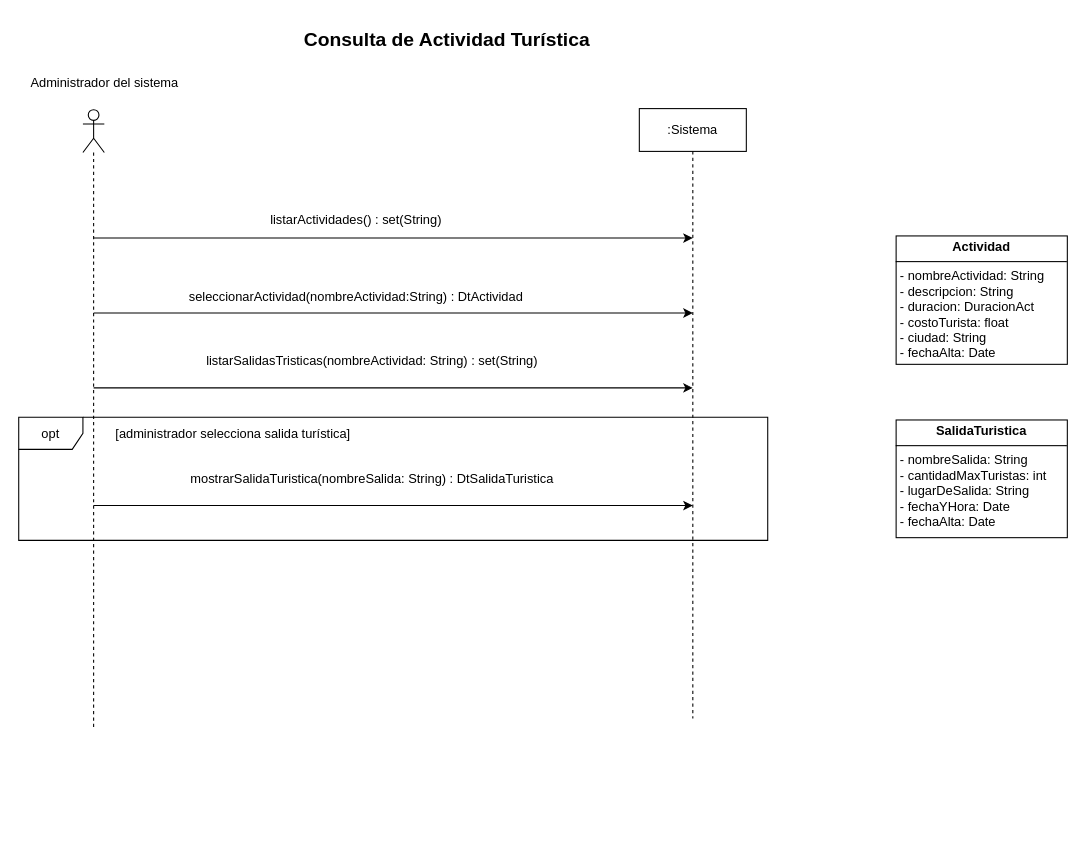
Above: page "CU5_ConsultaDeActividadTuristica" (5 of 10) of resources/Tarea1.drawio in rofernandezm/Tencnoinf_Pap2025_Tarea1 (draw.io), before the change. Source tidied: cells renumbered, new cells numbered last; positions are measured from the earlier drawing's top-left corner, leaving out a move shared by most shapes. Both pictures are drawn from the tidied source at 107%, with x=0, y=0 at pixel (18, 18).
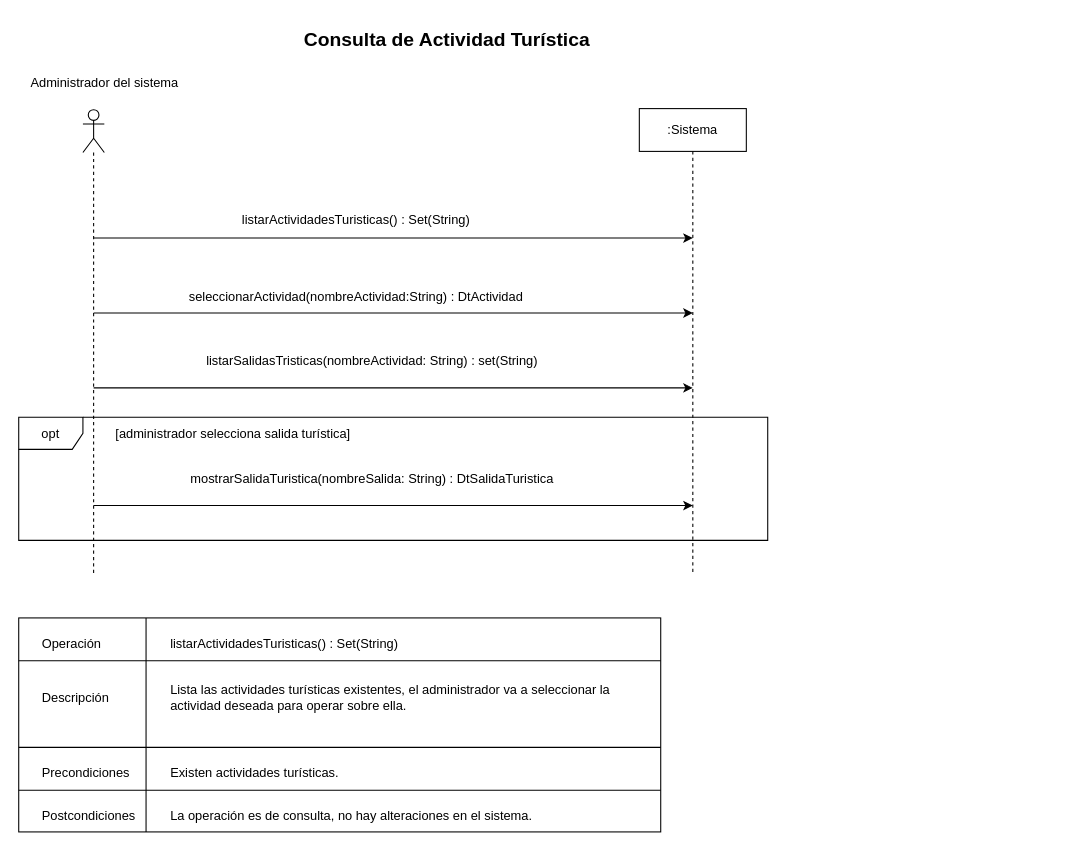
The same page after the edit.

The edit, as a diff of the source:
```diff
@@
     <mxCell id="2" style="shape=umlLifeline;perimeter=lifelinePerimeter;whiteSpace=wrap;html=1;newEdgeStyle={&quot;curved&quot;:0,&quot;rounded&quot;:0};participant=umlActor;" parent="1" vertex="1">
-      <mxGeometry x="60" y="85" width="20" height="580" as="geometry" />
+      <mxGeometry x="60" y="85" width="20" height="435" as="geometry" />
     </mxCell>
     <mxCell id="3" value=":Sistema" style="shape=umlLifeline;perimeter=lifelinePerimeter;whiteSpace=wrap;html=1;newEdgeStyle={&quot;curved&quot;:0,&quot;rounded&quot;:0};" parent="1" vertex="1">
-      <mxGeometry x="580" y="84" width="100" height="570" as="geometry" />
+      <mxGeometry x="580" y="84" width="100" height="436" as="geometry" />
     </mxCell>
@@
-    <mxCell id="6" value="listarActividades() : set(String)" style="text;html=1;align=center;verticalAlign=middle;strokeColor=none;fillColor=none;" parent="1" vertex="1">
-      <mxGeometry x="225" y="173" width="180" height="30" as="geometry" />
+    <mxCell id="6" value="listarActividadesTuristicas() : Set(String)" style="text;html=1;align=center;verticalAlign=middle;strokeColor=none;fillColor=none;" parent="1" vertex="1">
+      <mxGeometry x="195" y="173" width="240" height="30" as="geometry" />
     </mxCell>
@@
-    <mxCell id="16" value="&lt;p style=&quot;margin:0px;margin-top:4px;text-align:center;&quot;&gt;&lt;b&gt;Actividad&lt;/b&gt;&lt;/p&gt;&lt;hr size=&quot;1&quot; style=&quot;border-style:solid;&quot;&gt;&lt;p style=&quot;margin:0px;margin-left:4px;&quot;&gt;- nombreActividad: String&lt;/p&gt;&lt;p style=&quot;margin:0px;margin-left:4px;&quot;&gt;- descripcion: String&lt;/p&gt;&lt;p style=&quot;margin:0px;margin-left:4px;&quot;&gt;- duracion: DuracionAct&lt;/p&gt;&lt;p style=&quot;margin:0px;margin-left:4px;&quot;&gt;- costoTurista: float&lt;/p&gt;&lt;p style=&quot;margin:0px;margin-left:4px;&quot;&gt;- ciudad: String&lt;/p&gt;&lt;p style=&quot;margin:0px;margin-left:4px;&quot;&gt;- fechaAlta: Date&lt;/p&gt;" style="verticalAlign=top;align=left;overflow=fill;html=1;whiteSpace=wrap;" parent="1" vertex="1">
-      <mxGeometry x="820" y="203" width="160" height="120" as="geometry" />
-    </mxCell>
-    <mxCell id="17" value="&lt;p style=&quot;margin:0px;margin-top:4px;text-align:center;&quot;&gt;&lt;b&gt;SalidaTuristica&lt;/b&gt;&lt;/p&gt;&lt;hr size=&quot;1&quot; style=&quot;border-style:solid;&quot;&gt;&lt;p style=&quot;margin:0px;margin-left:4px;&quot;&gt;- nombreSalida: String&lt;/p&gt;&lt;p style=&quot;margin:0px;margin-left:4px;&quot;&gt;- cantidadMaxTuristas: int&lt;/p&gt;&lt;p style=&quot;margin:0px;margin-left:4px;&quot;&gt;- lugarDeSalida: String&lt;/p&gt;&lt;p style=&quot;margin:0px;margin-left:4px;&quot;&gt;- fechaYHora: Date&lt;/p&gt;&lt;p style=&quot;margin:0px;margin-left:4px;&quot;&gt;- fechaAlta: Date&lt;/p&gt;" style="verticalAlign=top;align=left;overflow=fill;html=1;whiteSpace=wrap;" parent="1" vertex="1">
-      <mxGeometry x="820" y="375" width="160" height="110" as="geometry" />
-    </mxCell>
+    <mxCell id="18" style="rounded=0;whiteSpace=wrap;html=1;" parent="1" vertex="1">
+      <mxGeometry y="560" width="600" height="200" as="geometry" />
+    </mxCell>
+    <mxCell id="19" style="endArrow=none;html=1;rounded=0;" parent="1" edge="1">
+      <mxGeometry relative="1" as="geometry">
+        <mxPoint y="600" as="sourcePoint" />
+        <mxPoint x="600" y="600" as="targetPoint" />
+      </mxGeometry>
+    </mxCell>
+    <mxCell id="20" style="endArrow=none;html=1;rounded=0;" parent="1" edge="1">
+      <mxGeometry relative="1" as="geometry">
+        <mxPoint y="681" as="sourcePoint" />
+        <mxPoint x="600" y="681" as="targetPoint" />
+      </mxGeometry>
+    </mxCell>
+    <mxCell id="21" style="endArrow=none;html=1;rounded=0;" parent="1" edge="1">
+      <mxGeometry relative="1" as="geometry">
+        <mxPoint y="721" as="sourcePoint" />
+        <mxPoint x="600" y="721" as="targetPoint" />
+      </mxGeometry>
+    </mxCell>
+    <mxCell id="22" style="endArrow=none;html=1;rounded=0;" parent="1" edge="1">
+      <mxGeometry relative="1" as="geometry">
+        <mxPoint x="119" y="760" as="sourcePoint" />
+        <mxPoint x="119" y="560" as="targetPoint" />
+      </mxGeometry>
+    </mxCell>
+    <mxCell id="23" value="Operación" style="text;html=1;align=left;verticalAlign=middle;whiteSpace=wrap;rounded=0;" parent="1" vertex="1">
+      <mxGeometry x="20" y="570" width="80" height="30" as="geometry" />
+    </mxCell>
+    <mxCell id="24" value="Descripción" style="text;html=1;align=left;verticalAlign=middle;whiteSpace=wrap;rounded=0;" parent="1" vertex="1">
+      <mxGeometry x="20" y="620" width="80" height="30" as="geometry" />
+    </mxCell>
+    <mxCell id="25" value="Precondiciones" style="text;html=1;align=left;verticalAlign=middle;whiteSpace=wrap;rounded=0;" parent="1" vertex="1">
+      <mxGeometry x="20" y="690" width="80" height="30" as="geometry" />
+    </mxCell>
+    <mxCell id="26" value="Postcondiciones" style="text;html=1;align=left;verticalAlign=middle;whiteSpace=wrap;rounded=0;" parent="1" vertex="1">
+      <mxGeometry x="20" y="730" width="80" height="30" as="geometry" />
+    </mxCell>
+    <mxCell id="27" value="listarActividadesTuristicas() :&amp;nbsp;&lt;span style=&quot;text-align: center; text-wrap-mode: nowrap;&quot;&gt;Set(String)&lt;/span&gt;" style="text;html=1;align=left;verticalAlign=middle;whiteSpace=wrap;rounded=0;" parent="1" vertex="1">
+      <mxGeometry x="140" y="570" width="340" height="30" as="geometry" />
+    </mxCell>
+    <mxCell id="28" value=" Lista las actividades turísticas  existentes, el administrador va a seleccionar la actividad deseada para operar sobre ella." style="text;html=1;align=left;verticalAlign=middle;whiteSpace=wrap;rounded=0;" parent="1" vertex="1">
+      <mxGeometry x="140" y="620" width="460" height="30" as="geometry" />
+    </mxCell>
+    <mxCell id="29" value=" Existen actividades turísticas." style="text;html=1;align=left;verticalAlign=middle;whiteSpace=wrap;rounded=0;" parent="1" vertex="1">
+      <mxGeometry x="140" y="690" width="460" height="30" as="geometry" />
+    </mxCell>
+    <mxCell id="30" value="La operación es de consulta, no hay alteraciones en el sistema.&amp;nbsp;" style="text;html=1;align=left;verticalAlign=middle;whiteSpace=wrap;rounded=0;" parent="1" vertex="1">
+      <mxGeometry x="140" y="730" width="460" height="30" as="geometry" />
+    </mxCell>
```
